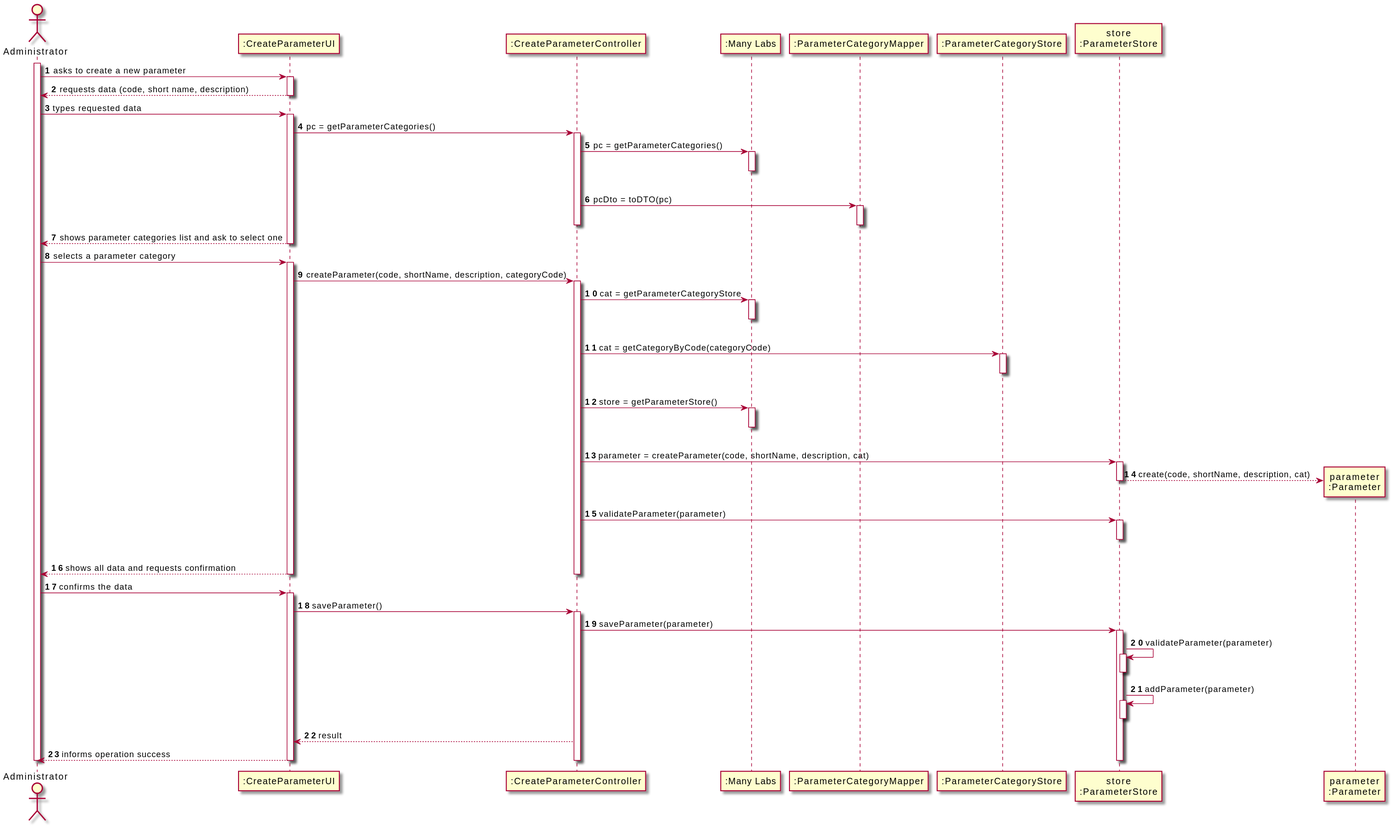
Pedromaia26/LAPR2-ISEP keeps this PlantUML diagram as docs/SprintB/Us10_CreateParameter/US10_SD.svg. Above is the earlier version.
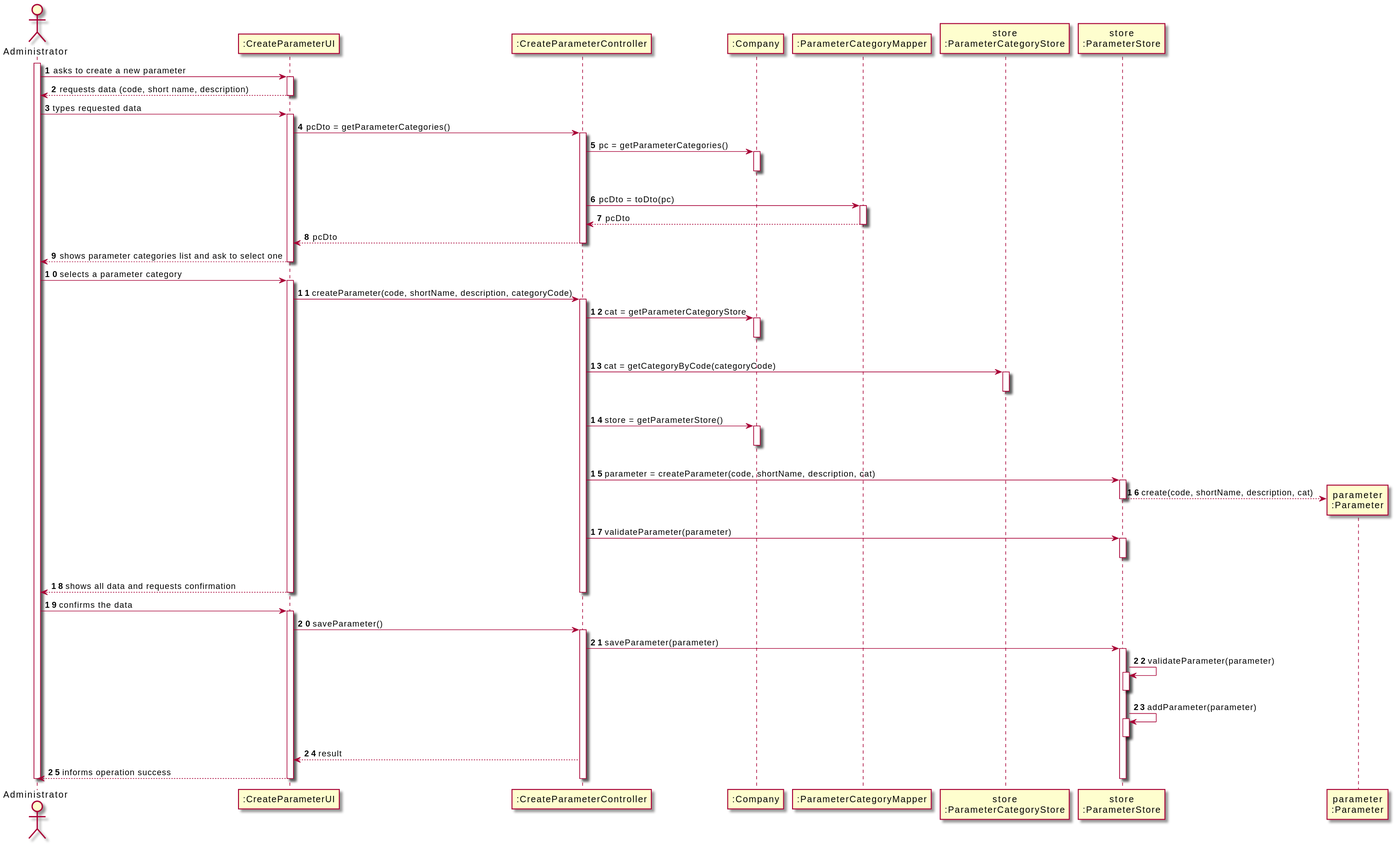
Later version of the same file.

The edit, as a diff of the source:
```diff
@@ -4,9 +4,9 @@
 
 participant ":CreateParameterUI" as UI
 participant ":CreateParameterController" as CTRL
-participant ":Many Labs" as ML
+participant ":Company" as ML
 participant ":ParameterCategoryMapper" as MAPPER
-participant ":ParameterCategoryStore" as STORECAT
+participant "store\n:ParameterCategoryStore" as STORECAT
 participant "store\n:ParameterStore" as STOREPAR
 participant "parameter\n:Parameter" as PARAMETER
 
@@ -19,7 +19,7 @@
 ADM -> UI : types requested data
 activate UI
 
-UI -> CTRL : pc = getParameterCategories()
+UI -> CTRL : pcDto = getParameterCategories()
 activate CTRL
 
 CTRL -> ML : pc = getParameterCategories()
@@ -27,10 +27,16 @@
 |||
 deactivate ML
 
-CTRL -> MAPPER : pcDto = toDTO(pc)
+CTRL -> MAPPER : pcDto = toDto(pc)
 activate MAPPER
+
+MAPPER --> CTRL : pcDto
 deactivate MAPPER
+
+CTRL --> UI : pcDto
 deactivate CTRL
+
+
 
 UI --> ADM : shows parameter categories list and ask to select one
 deactivate ML
```
